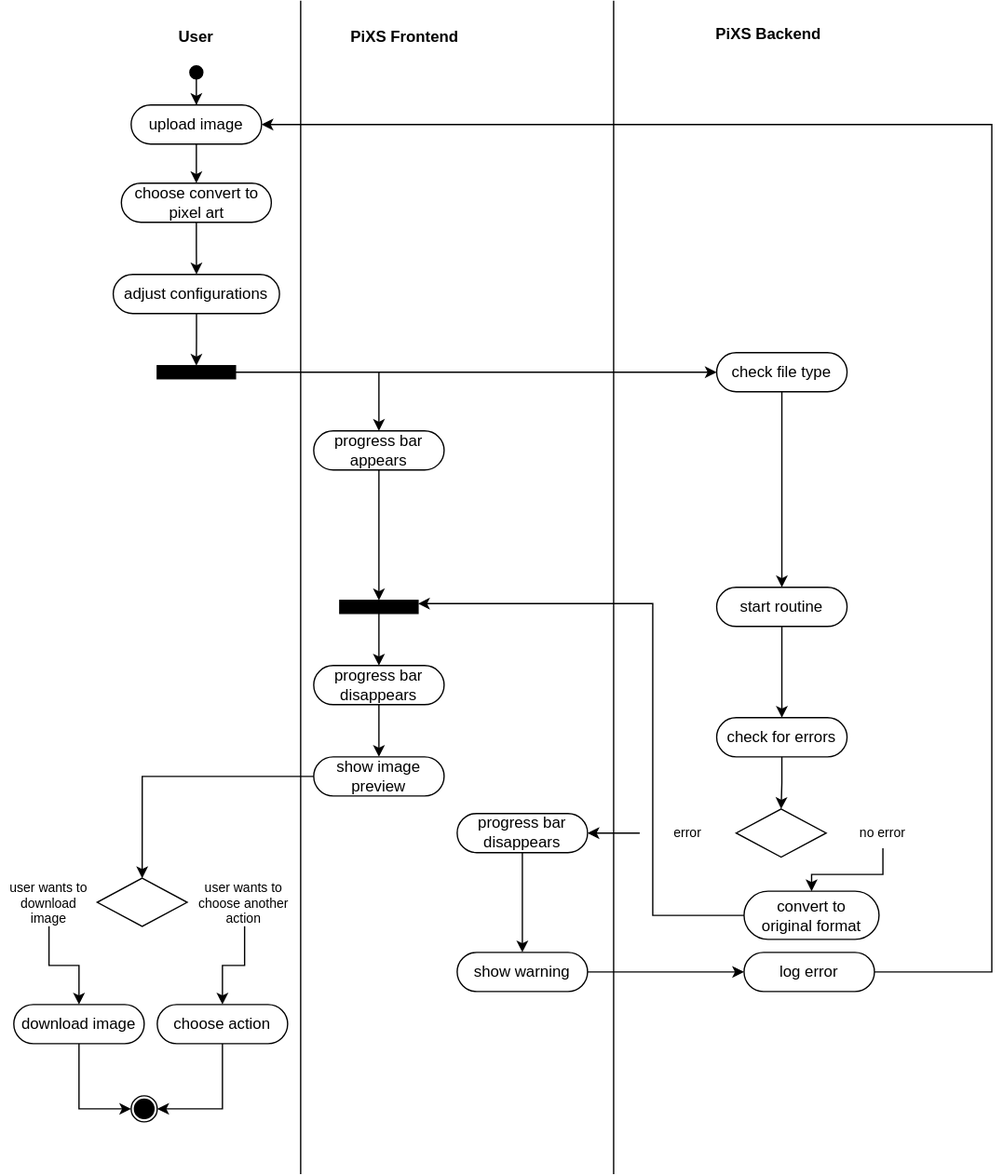
Before: ucd/diagrams/ucd-activity_diagram_pixel_art.drawio.svg, a diagram exported from draw.io (se-pixs/docs). Source tidied: cells renumbered, new cells last; positions are measured from the earlier drawing's top-left corner, leaving out a move shared by most shapes.
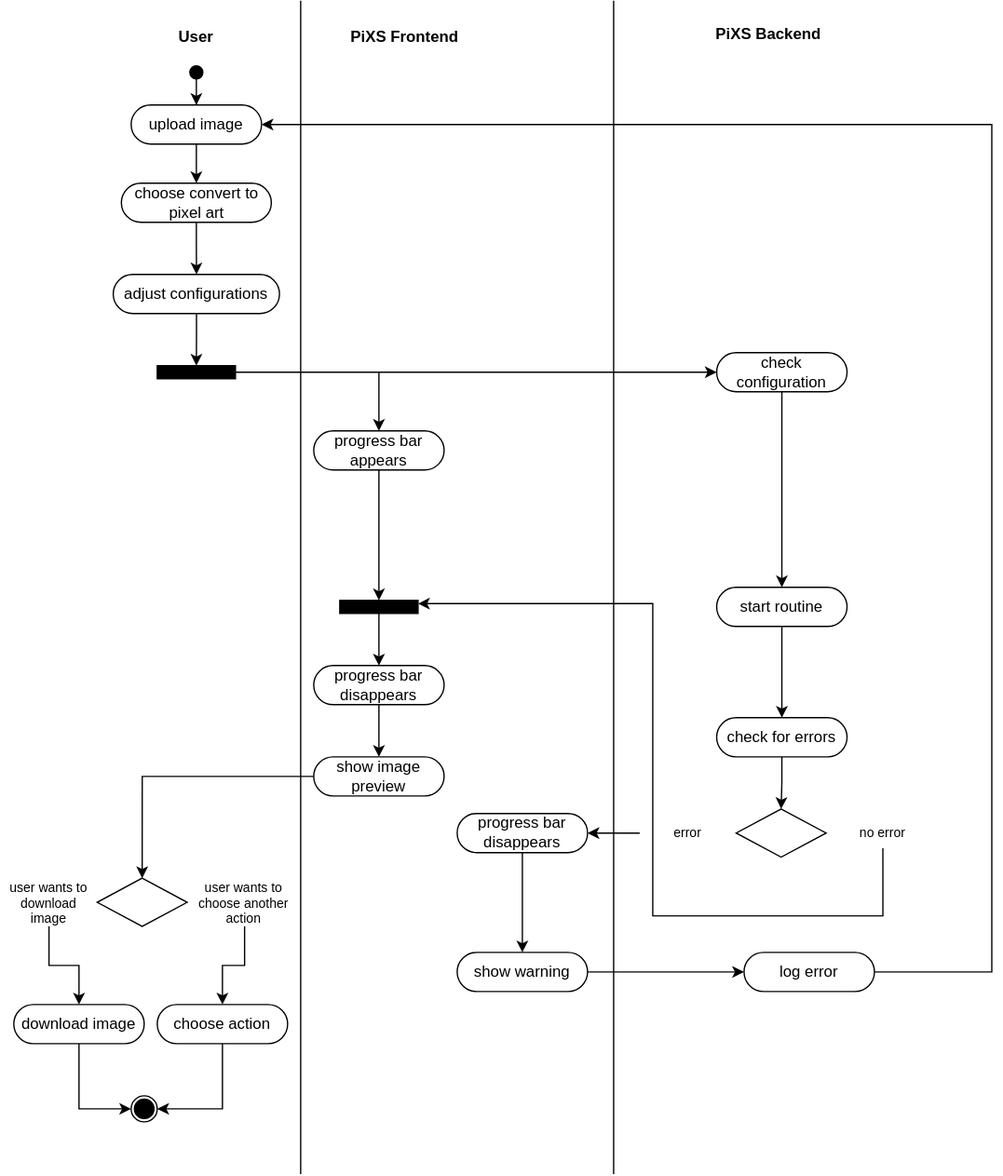
Later version of the same file.

Commit message:
fix: pixel art ucd

The edit, as a diff of the source:
```diff
@@ -66,7 +66,7 @@
     <mxCell id="18" style="edgeStyle=orthogonalEdgeStyle;rounded=0;jettySize=auto;html=1;exitX=0.5;exitY=1;exitDx=0;exitDy=0;exitPerimeter=0;entryX=0.5;entryY=0;entryDx=0;entryDy=0;entryPerimeter=0;" parent="1" edge="1" source="19" target="21">
       <mxGeometry relative="1" as="geometry" />
     </mxCell>
-    <mxCell id="19" value="check file type" style="html=1;outlineConnect=0;whiteSpace=wrap;shape=mxgraph.archimate3.service;strokeWidth=1;" parent="1" vertex="1">
+    <mxCell id="19" value="check configuration" style="html=1;outlineConnect=0;whiteSpace=wrap;shape=mxgraph.archimate3.service;strokeWidth=1;" parent="1" vertex="1">
       <mxGeometry x="549" y="270" width="100" height="30" as="geometry" />
     </mxCell>
     <mxCell id="20" style="edgeStyle=orthogonalEdgeStyle;rounded=0;jettySize=auto;html=1;" parent="1" edge="1" source="21" target="23">
@@ -148,20 +148,15 @@
     <mxCell id="43" value="user wants to download image&lt;br&gt;" style="text;html=1;strokeColor=none;fillColor=none;align=center;verticalAlign=middle;whiteSpace=wrap;rounded=0;fontSize=10;" parent="40" vertex="1">
       <mxGeometry y="6.7" width="74" height="23.5" as="geometry" />
     </mxCell>
-    <mxCell id="44" style="edgeStyle=orthogonalEdgeStyle;rounded=0;jettySize=auto;html=1;entryX=1;entryY=0.25;entryDx=0;entryDy=0;strokeColor=default;labelBackgroundColor=default;fontColor=default;" parent="1" edge="1" source="45" target="36">
+    <mxCell id="44" style="edgeStyle=orthogonalEdgeStyle;rounded=0;jettySize=auto;html=1;entryX=1;entryY=0.25;entryDx=0;entryDy=0;strokeColor=default;labelBackgroundColor=default;fontColor=default;exitX=0.5;exitY=1;exitDx=0;exitDy=0;" parent="1" edge="1" source="26" target="36">
       <mxGeometry relative="1" as="geometry">
         <Array as="points">
+          <mxPoint x="677" y="702" />
           <mxPoint x="500" y="702" />
           <mxPoint x="500" y="463" />
         </Array>
       </mxGeometry>
     </mxCell>
-    <mxCell id="45" value="convert to &lt;br&gt;original format" style="html=1;outlineConnect=0;whiteSpace=wrap;shape=mxgraph.archimate3.service;strokeWidth=1;" parent="1" vertex="1">
-      <mxGeometry x="570" y="683.1" width="103.5" height="36.9" as="geometry" />
-    </mxCell>
-    <mxCell id="46" style="edgeStyle=orthogonalEdgeStyle;rounded=0;jettySize=auto;html=1;" parent="1" edge="1" source="26" target="45">
-      <mxGeometry relative="1" as="geometry" />
-    </mxCell>
     <mxCell id="47" style="edgeStyle=orthogonalEdgeStyle;rounded=0;jettySize=auto;html=1;entryX=1;entryY=0.5;entryDx=0;entryDy=0;" parent="1" edge="1" source="48" target="54">
       <mxGeometry relative="1" as="geometry" />
     </mxCell>
```
